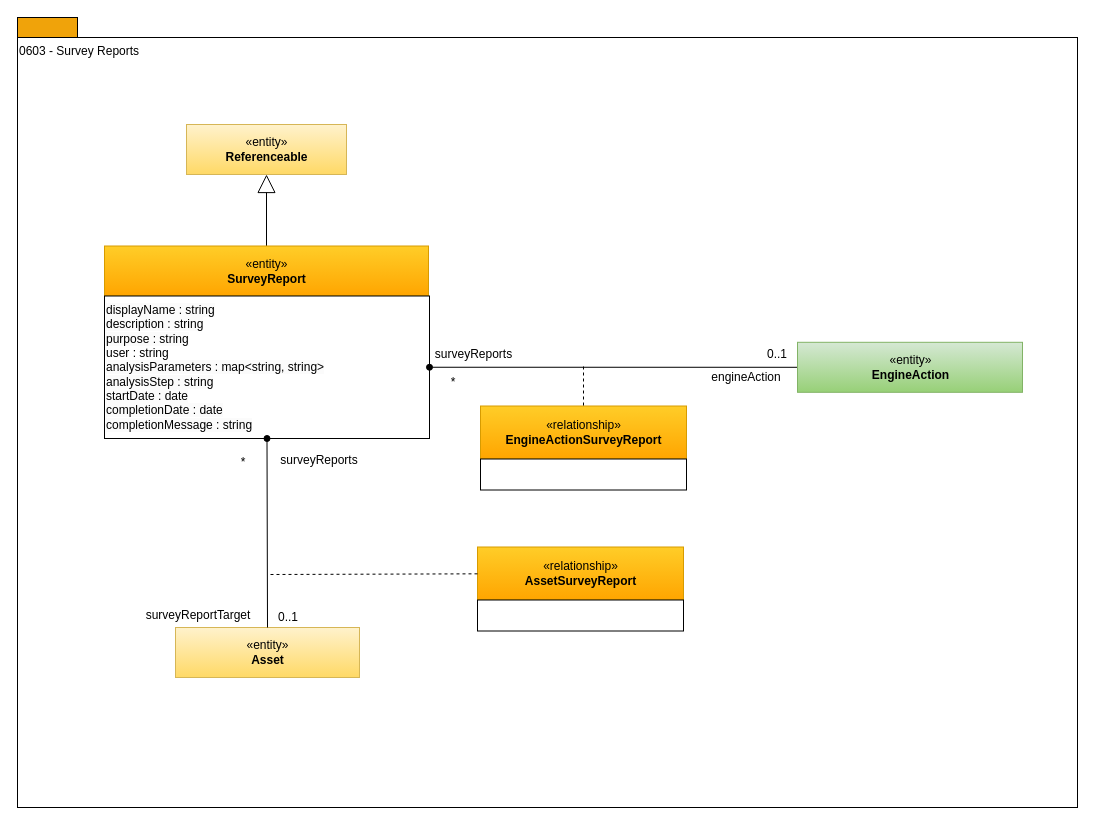
Above: page "0603-Survey-Reports" (2 of 13) of site/docs/types/6/area-6-discovery.drawio in odpi/egeria-docs (draw.io), before the change. Source tidied: cells renumbered, new cells numbered last; positions are measured from the earlier drawing's top-left corner, leaving out a move shared by most shapes. Both pictures are drawn from the tidied source at 100%, with x=0, y=0 at pixel (17, 17).
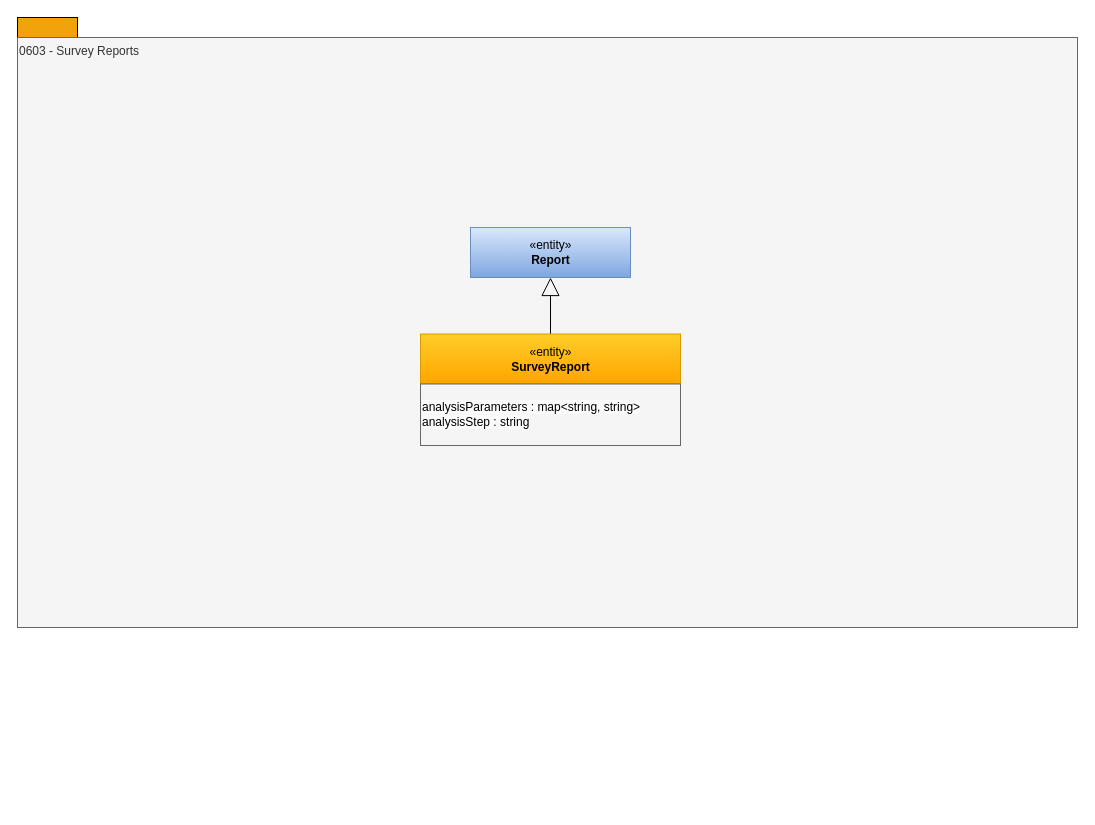
Above is the later version.

What changed in the source:
```diff
@@
-    <mxCell id="3" value="0603 - Survey Reports" style="rounded=0;whiteSpace=wrap;html=1;align=left;verticalAlign=top;" parent="1" vertex="1">
-      <mxGeometry y="20" width="1060" height="770" as="geometry" />
+    <mxCell id="3" value="0603 - Survey Reports" style="rounded=0;whiteSpace=wrap;html=1;align=left;verticalAlign=top;fillColor=#f5f5f5;fontColor=#333333;strokeColor=#666666;" parent="1" vertex="1">
+      <mxGeometry y="20" width="1060" height="590" as="geometry" />
     </mxCell>
@@
     <mxCell id="5" value="«entity»&lt;br&gt;&lt;b style=&quot;border-color: var(--border-color);&quot;&gt;SurveyReport&lt;/b&gt;" style="html=1;strokeColor=#d79b00;align=center;fillColor=#ffcd28;gradientColor=#ffa500;" parent="1" vertex="1">
-      <mxGeometry x="87" y="228.5" width="324" height="50" as="geometry" />
+      <mxGeometry x="403" y="316.5" width="260" height="50" as="geometry" />
     </mxCell>
-    <mxCell id="6" value="&lt;span style=&quot;color: rgb(0, 0, 0); font-family: Helvetica; font-size: 12px; font-style: normal; font-variant-ligatures: normal; font-variant-caps: normal; font-weight: 400; letter-spacing: normal; orphans: 2; text-align: left; text-indent: 0px; text-transform: none; widows: 2; word-spacing: 0px; -webkit-text-stroke-width: 0px; background-color: rgb(251, 251, 251); text-decoration-thickness: initial; text-decoration-style: initial; text-decoration-color: initial; float: none; display: inline !important;&quot;&gt;displayName : string&lt;/span&gt;&lt;br style=&quot;border-color: var(--border-color); color: rgb(0, 0, 0); font-family: Helvetica; font-size: 12px; font-style: normal; font-variant-ligatures: normal; font-variant-caps: normal; font-weight: 400; letter-spacing: normal; orphans: 2; text-align: left; text-indent: 0px; text-transform: none; widows: 2; word-spacing: 0px; -webkit-text-stroke-width: 0px; text-decoration-thickness: initial; text-decoration-style: initial; text-decoration-color: initial;&quot;&gt;&lt;span style=&quot;color: rgb(0, 0, 0); font-family: Helvetica; font-size: 12px; font-style: normal; font-variant-ligatures: normal; font-variant-caps: normal; font-weight: 400; letter-spacing: normal; orphans: 2; text-align: left; text-indent: 0px; text-transform: none; widows: 2; word-spacing: 0px; -webkit-text-stroke-width: 0px; background-color: rgb(251, 251, 251); text-decoration-thickness: initial; text-decoration-style: initial; text-decoration-color: initial; float: none; display: inline !important;&quot;&gt;description : string&lt;/span&gt;&lt;br style=&quot;border-color: var(--border-color); color: rgb(0, 0, 0); font-family: Helvetica; font-size: 12px; font-style: normal; font-variant-ligatures: normal; font-variant-caps: normal; font-weight: 400; letter-spacing: normal; orphans: 2; text-align: left; text-indent: 0px; text-transform: none; widows: 2; word-spacing: 0px; -webkit-text-stroke-width: 0px; text-decoration-thickness: initial; text-decoration-style: initial; text-decoration-color: initial;&quot;&gt;&lt;span style=&quot;color: rgb(0, 0, 0); font-family: Helvetica; font-size: 12px; font-style: normal; font-variant-ligatures: normal; font-variant-caps: normal; font-weight: 400; letter-spacing: normal; orphans: 2; text-align: left; text-indent: 0px; text-transform: none; widows: 2; word-spacing: 0px; -webkit-text-stroke-width: 0px; background-color: rgb(251, 251, 251); text-decoration-thickness: initial; text-decoration-style: initial; text-decoration-color: initial; float: none; display: inline !important;&quot;&gt;purpose : string&lt;br&gt;&lt;/span&gt;user : string&lt;br style=&quot;border-color: var(--border-color); color: rgb(0, 0, 0); font-family: Helvetica; font-size: 12px; font-style: normal; font-variant-ligatures: normal; font-variant-caps: normal; font-weight: 400; letter-spacing: normal; orphans: 2; text-align: left; text-indent: 0px; text-transform: none; widows: 2; word-spacing: 0px; -webkit-text-stroke-width: 0px; text-decoration-thickness: initial; text-decoration-style: initial; text-decoration-color: initial;&quot;&gt;&lt;span style=&quot;color: rgb(0, 0, 0); font-family: Helvetica; font-size: 12px; font-style: normal; font-variant-ligatures: normal; font-variant-caps: normal; font-weight: 400; letter-spacing: normal; orphans: 2; text-align: left; text-indent: 0px; text-transform: none; widows: 2; word-spacing: 0px; -webkit-text-stroke-width: 0px; background-color: rgb(251, 251, 251); text-decoration-thickness: initial; text-decoration-style: initial; text-decoration-color: initial; float: none; display: inline !important;&quot;&gt;analysisParameters : map&amp;lt;string, string&amp;gt;&lt;/span&gt;&lt;br style=&quot;border-color: var(--border-color); color: rgb(0, 0, 0); font-family: Helvetica; font-size: 12px; font-style: normal; font-variant-ligatures: normal; font-variant-caps: normal; font-weight: 400; letter-spacing: normal; orphans: 2; text-align: left; text-indent: 0px; text-transform: none; widows: 2; word-spacing: 0px; -webkit-text-stroke-width: 0px; text-decoration-thickness: initial; text-decoration-style: initial; text-decoration-color: initial;&quot;&gt;&lt;span style=&quot;color: rgb(0, 0, 0); font-family: Helvetica; font-size: 12px; font-style: normal; font-variant-ligatures: normal; font-variant-caps: normal; font-weight: 400; letter-spacing: normal; orphans: 2; text-align: left; text-indent: 0px; text-transform: none; widows: 2; word-spacing: 0px; -webkit-text-stroke-width: 0px; background-color: rgb(251, 251, 251); text-decoration-thickness: initial; text-decoration-style: initial; text-decoration-color: initial; float: none; display: inline !important;&quot;&gt;analysisStep : string&lt;/span&gt;&lt;br style=&quot;border-color: var(--border-color); color: rgb(0, 0, 0); font-family: Helvetica; font-size: 12px; font-style: normal; font-variant-ligatures: normal; font-variant-caps: normal; font-weight: 400; letter-spacing: normal; orphans: 2; text-align: left; text-indent: 0px; text-transform: none; widows: 2; word-spacing: 0px; -webkit-text-stroke-width: 0px; text-decoration-thickness: initial; text-decoration-style: initial; text-decoration-color: initial;&quot;&gt;&lt;span style=&quot;color: rgb(0, 0, 0); font-family: Helvetica; font-size: 12px; font-style: normal; font-variant-ligatures: normal; font-variant-caps: normal; font-weight: 400; letter-spacing: normal; orphans: 2; text-align: left; text-indent: 0px; text-transform: none; widows: 2; word-spacing: 0px; -webkit-text-stroke-width: 0px; background-color: rgb(251, 251, 251); text-decoration-thickness: initial; text-decoration-style: initial; text-decoration-color: initial; float: none; display: inline !important;&quot;&gt;startDate : date&lt;br&gt;completionDate : date&lt;br&gt;completionMessage : string&lt;br&gt;&lt;/span&gt;" style="rounded=0;whiteSpace=wrap;html=1;strokeColor=#000000;gradientColor=#ffffff;align=left;" parent="1" vertex="1">
-      <mxGeometry x="87" y="278.5" width="325" height="142.5" as="geometry" />
+    <mxCell id="6" value="&lt;span style=&quot;color: rgb(0, 0, 0); font-family: Helvetica; font-size: 12px; font-style: normal; font-variant-ligatures: normal; font-variant-caps: normal; font-weight: 400; letter-spacing: normal; orphans: 2; text-align: left; text-indent: 0px; text-transform: none; widows: 2; word-spacing: 0px; -webkit-text-stroke-width: 0px; background-color: rgb(251, 251, 251); text-decoration-thickness: initial; text-decoration-style: initial; text-decoration-color: initial; float: none; display: inline !important;&quot;&gt;analysisParameters : map&amp;lt;string, string&amp;gt;&lt;/span&gt;&lt;br style=&quot;border-color: var(--border-color); color: rgb(0, 0, 0); font-family: Helvetica; font-size: 12px; font-style: normal; font-variant-ligatures: normal; font-variant-caps: normal; font-weight: 400; letter-spacing: normal; orphans: 2; text-align: left; text-indent: 0px; text-transform: none; widows: 2; word-spacing: 0px; -webkit-text-stroke-width: 0px; text-decoration-thickness: initial; text-decoration-style: initial; text-decoration-color: initial;&quot;&gt;&lt;span style=&quot;color: rgb(0, 0, 0); font-family: Helvetica; font-size: 12px; font-style: normal; font-variant-ligatures: normal; font-variant-caps: normal; font-weight: 400; letter-spacing: normal; orphans: 2; text-align: left; text-indent: 0px; text-transform: none; widows: 2; word-spacing: 0px; -webkit-text-stroke-width: 0px; background-color: rgb(251, 251, 251); text-decoration-thickness: initial; text-decoration-style: initial; text-decoration-color: initial; float: none; display: inline !important;&quot;&gt;analysisStep : string&lt;/span&gt;&lt;span style=&quot;color: rgb(0, 0, 0); font-family: Helvetica; font-size: 12px; font-style: normal; font-variant-ligatures: normal; font-variant-caps: normal; font-weight: 400; letter-spacing: normal; orphans: 2; text-align: left; text-indent: 0px; text-transform: none; widows: 2; word-spacing: 0px; -webkit-text-stroke-width: 0px; background-color: rgb(251, 251, 251); text-decoration-thickness: initial; text-decoration-style: initial; text-decoration-color: initial; float: none; display: inline !important;&quot;&gt;&lt;br&gt;&lt;/span&gt;" style="rounded=0;whiteSpace=wrap;html=1;strokeColor=#666666;align=left;fillColor=#f5f5f5;fontColor=#333333;" parent="1" vertex="1">
+      <mxGeometry x="403" y="366.5" width="260" height="61.5" as="geometry" />
     </mxCell>
-    <mxCell id="7" value="«entity»&lt;br&gt;&lt;b&gt;Referenceable&lt;/b&gt;" style="html=1;strokeColor=#d6b656;align=center;fillColor=#fff2cc;gradientColor=#ffd966;" parent="1" vertex="1">
-      <mxGeometry x="169" y="107" width="160" height="50" as="geometry" />
+    <mxCell id="7" value="«entity»&lt;br&gt;&lt;b&gt;Report&lt;/b&gt;" style="html=1;strokeColor=#6c8ebf;align=center;fillColor=#dae8fc;gradientColor=#7ea6e0;" parent="1" vertex="1">
+      <mxGeometry x="453" y="210" width="160" height="50" as="geometry" />
     </mxCell>
-    <mxCell id="8" value="«relationship»&lt;br&gt;&lt;b&gt;EngineActionSurveyReport&lt;/b&gt;" style="html=1;strokeColor=#d79b00;align=center;fillColor=#ffcd28;gradientColor=#ffa500;" parent="1" vertex="1">
-      <mxGeometry x="463" y="388.5" width="206" height="53" as="geometry" />
-    </mxCell>
-    <mxCell id="9" style="endArrow=none;dashed=1;html=1;" parent="1" edge="1" target="8">
-      <mxGeometry relative="1" as="geometry">
-        <mxPoint x="566" y="349" as="sourcePoint" />
-      </mxGeometry>
-    </mxCell>
-    <mxCell id="10" value="*" style="text;html=1;strokeColor=none;fillColor=none;align=center;verticalAlign=middle;whiteSpace=wrap;rounded=0;" parent="1" vertex="1">
-      <mxGeometry x="420" y="354.8" width="32" height="20" as="geometry" />
-    </mxCell>
-    <mxCell id="11" value="0..1" style="text;html=1;strokeColor=none;fillColor=none;align=center;verticalAlign=middle;whiteSpace=wrap;rounded=0;" parent="1" vertex="1">
-      <mxGeometry x="740" y="327.2" width="40" height="20" as="geometry" />
-    </mxCell>
-    <mxCell id="12" style="rounded=0;whiteSpace=wrap;html=1;strokeColor=#000000;gradientColor=#ffffff;align=center;" parent="1" vertex="1">
-      <mxGeometry x="463" y="441.5" width="206" height="31" as="geometry" />
-    </mxCell>
-    <mxCell id="13" value="surveyReports" style="text;html=1;strokeColor=none;fillColor=none;align=center;verticalAlign=middle;whiteSpace=wrap;rounded=0;" parent="1" vertex="1">
-      <mxGeometry x="417" y="327.2" width="79" height="20" as="geometry" />
-    </mxCell>
-    <mxCell id="14" value="engineAction" style="text;html=1;strokeColor=none;fillColor=none;align=center;verticalAlign=middle;whiteSpace=wrap;rounded=0;" parent="1" vertex="1">
-      <mxGeometry x="677" y="350.2" width="104" height="20" as="geometry" />
-    </mxCell>
-    <mxCell id="15" style="endArrow=none;html=1;entryX=0;entryY=0.5;startArrow=oval;startFill=1;exitX=1;exitY=0.5;exitDx=0;exitDy=0;entryDx=0;entryDy=0;" parent="1" edge="1" source="6" target="25">
-      <mxGeometry relative="1" as="geometry" />
-    </mxCell>
-    <mxCell id="16" value="«entity»&lt;br&gt;&lt;b&gt;Asset&lt;/b&gt;" style="html=1;strokeColor=#d6b656;align=center;fillColor=#fff2cc;gradientColor=#ffd966;" parent="1" vertex="1">
-      <mxGeometry x="158" y="610" width="184" height="50" as="geometry" />
-    </mxCell>
-    <mxCell id="17" value="«relationship»&lt;br&gt;&lt;b&gt;AssetSurveyReport&lt;/b&gt;" style="html=1;strokeColor=#d79b00;align=center;fillColor=#ffcd28;gradientColor=#ffa500;" parent="1" vertex="1">
-      <mxGeometry x="460" y="529.5" width="206" height="53" as="geometry" />
-    </mxCell>
-    <mxCell id="18" style="endArrow=none;dashed=1;html=1;" parent="1" edge="1" target="17">
-      <mxGeometry relative="1" as="geometry">
-        <mxPoint x="253" y="557" as="sourcePoint" />
-      </mxGeometry>
-    </mxCell>
-    <mxCell id="19" value="*" style="text;html=1;strokeColor=none;fillColor=none;align=center;verticalAlign=middle;whiteSpace=wrap;rounded=0;" parent="1" vertex="1">
-      <mxGeometry x="206" y="435" width="40" height="20" as="geometry" />
-    </mxCell>
-    <mxCell id="20" value="0..1" style="text;html=1;strokeColor=none;fillColor=none;align=center;verticalAlign=middle;whiteSpace=wrap;rounded=0;" parent="1" vertex="1">
-      <mxGeometry x="250.5" y="590" width="40" height="20" as="geometry" />
-    </mxCell>
-    <mxCell id="21" style="rounded=0;whiteSpace=wrap;html=1;strokeColor=#000000;gradientColor=#ffffff;align=center;" parent="1" vertex="1">
-      <mxGeometry x="460" y="582.5" width="206" height="31" as="geometry" />
-    </mxCell>
-    <mxCell id="22" value="surveyReports" style="text;html=1;strokeColor=none;fillColor=none;align=center;verticalAlign=middle;whiteSpace=wrap;rounded=0;" parent="1" vertex="1">
-      <mxGeometry x="251" y="433" width="102" height="20" as="geometry" />
-    </mxCell>
-    <mxCell id="23" value="surveyReportTarget" style="text;html=1;strokeColor=none;fillColor=none;align=center;verticalAlign=middle;whiteSpace=wrap;rounded=0;" parent="1" vertex="1">
-      <mxGeometry x="116" y="587.5" width="130" height="20" as="geometry" />
-    </mxCell>
-    <mxCell id="24" style="endArrow=none;html=1;entryX=0.5;entryY=0;exitX=0.5;exitY=1;endFill=0;startArrow=oval;startFill=1;exitDx=0;exitDy=0;" parent="1" edge="1" source="6" target="16">
-      <mxGeometry relative="1" as="geometry" />
-    </mxCell>
-    <mxCell id="25" value="«entity»&lt;br&gt;&lt;b&gt;EngineAction&lt;/b&gt;" style="html=1;strokeColor=#82b366;align=center;fillColor=#d5e8d4;gradientColor=#97d077;" parent="1" vertex="1">
-      <mxGeometry x="780" y="324.8" width="225" height="50" as="geometry" />
-    </mxCell>
```
